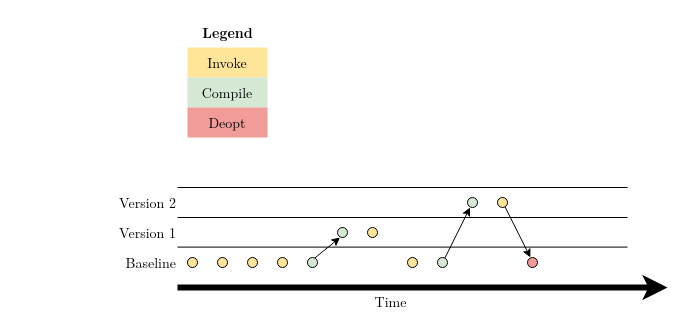
rihafilip/master-thesis keeps this draw.io diagram as page "Recording Tool Intro" (5 of 7) of diagrams/diagrams.drawio. Above is the earlier version. Source tidied: cells renumbered, new cells numbered last; positions are measured from the earlier drawing's top-left corner, leaving out a move shared by most shapes. Both pictures are drawn from the tidied source at 100%, with x=0, y=0 at pixel (97, 17).
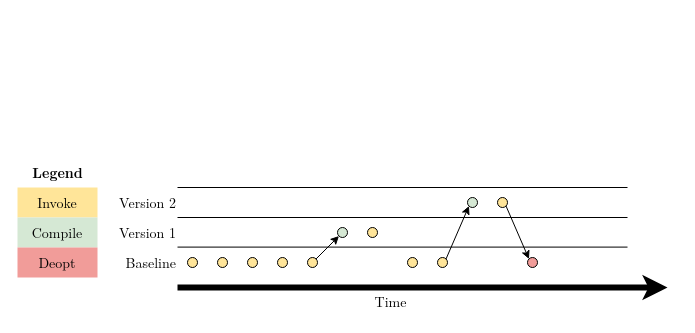
The same diagram, later.

Unchanged cells that the change refers to:
```xml
<mxCell id="12" style="ellipse;whiteSpace=wrap;html=1;align=center;verticalAlign=middle;fontFamily=LM Roman 10;fontSize=14;fontColor=default;fillColor=#D5E8D4;gradientColor=none;" parent="1" vertex="1">
  <mxGeometry x="370" y="180" width="10" height="10" as="geometry" />
</mxCell>
<mxCell id="15" style="ellipse;whiteSpace=wrap;html=1;align=center;verticalAlign=middle;fontFamily=LM Roman 10;fontSize=14;fontColor=default;fillColor=#FFE599;gradientColor=none;" parent="1" vertex="1">
  <mxGeometry x="400" y="180" width="10" height="10" as="geometry" />
</mxCell>
<mxCell id="16" style="ellipse;whiteSpace=wrap;html=1;align=center;verticalAlign=middle;fontFamily=LM Roman 10;fontSize=14;fontColor=default;fillColor=#F19C99;gradientColor=none;" parent="1" vertex="1">
  <mxGeometry x="430" y="240" width="10" height="10" as="geometry" />
</mxCell>
<mxCell id="19" style="ellipse;whiteSpace=wrap;html=1;align=center;verticalAlign=middle;fontFamily=LM Roman 10;fontSize=14;fontColor=default;fillColor=#D5E8D4;gradientColor=none;" parent="1" vertex="1">
  <mxGeometry x="240" y="210" width="10" height="10" as="geometry" />
</mxCell>
```

The edit, as a diff of the source:
```diff
@@
-    <mxCell id="11" style="ellipse;whiteSpace=wrap;html=1;align=center;verticalAlign=middle;fontFamily=LM Roman 10;fontSize=14;fontColor=default;fillColor=#D5E8D4;gradientColor=none;" parent="1" vertex="1">
+    <mxCell id="11" style="ellipse;whiteSpace=wrap;html=1;align=center;verticalAlign=middle;fontFamily=LM Roman 10;fontSize=14;fontColor=default;fillColor=#FFE599;gradientColor=none;" parent="1" vertex="1">
       <mxGeometry x="340" y="240" width="10" height="10" as="geometry" />
     </mxCell>
@@
-    <mxCell id="13" style="endArrow=classic;html=1;rounded=0;fontFamily=LM Roman 10;fontSize=14;fontColor=default;entryX=0.254;entryY=0.998;entryDx=0;entryDy=0;exitX=0.75;exitY=0.036;exitDx=0;exitDy=0;entryPerimeter=0;exitPerimeter=0;" parent="1" edge="1" source="11" target="12">
+    <mxCell id="13" style="endArrow=classic;html=1;rounded=0;fontFamily=LM Roman 10;fontSize=14;fontColor=default;entryX=0;entryY=1;entryDx=0;entryDy=0;exitX=1;exitY=0;exitDx=0;exitDy=0;" parent="1" edge="1" source="11" target="12">
       <mxGeometry relative="1" as="geometry" />
     </mxCell>
@@
-    <mxCell id="17" style="endArrow=classic;html=1;rounded=0;fontFamily=LM Roman 10;fontSize=14;fontColor=default;entryX=0.29;entryY=-0.006;entryDx=0;entryDy=0;exitX=0.752;exitY=0.936;exitDx=0;exitDy=0;exitPerimeter=0;entryPerimeter=0;" parent="1" edge="1" source="15" target="16">
+    <mxCell id="17" style="endArrow=classic;html=1;rounded=0;fontFamily=LM Roman 10;fontSize=14;fontColor=default;entryX=0;entryY=0;entryDx=0;entryDy=0;exitX=1;exitY=1;exitDx=0;exitDy=0;" parent="1" edge="1" source="15" target="16">
       <mxGeometry relative="1" as="geometry" />
     </mxCell>
-    <mxCell id="18" style="ellipse;whiteSpace=wrap;html=1;align=center;verticalAlign=middle;fontFamily=LM Roman 10;fontSize=14;fontColor=default;fillColor=#D5E8D4;gradientColor=none;" parent="1" vertex="1">
+    <mxCell id="18" style="ellipse;whiteSpace=wrap;html=1;align=center;verticalAlign=middle;fontFamily=LM Roman 10;fontSize=14;fontColor=default;fillColor=#FFE599;gradientColor=none;" parent="1" vertex="1">
       <mxGeometry x="210" y="240" width="10" height="10" as="geometry" />
     </mxCell>
@@
-    <mxCell id="20" style="endArrow=classic;html=1;rounded=0;fontFamily=LM Roman 10;fontSize=14;fontColor=default;entryX=0.254;entryY=0.998;entryDx=0;entryDy=0;exitX=0.75;exitY=0.036;exitDx=0;exitDy=0;entryPerimeter=0;exitPerimeter=0;" parent="1" edge="1" source="18" target="19">
+    <mxCell id="20" style="endArrow=classic;html=1;rounded=0;fontFamily=LM Roman 10;fontSize=14;fontColor=default;entryX=0;entryY=1;entryDx=0;entryDy=0;exitX=1;exitY=0;exitDx=0;exitDy=0;" parent="1" edge="1" source="18" target="19">
       <mxGeometry relative="1" as="geometry" />
     </mxCell>
@@
     <mxCell id="25" value="Invoke" style="rounded=0;whiteSpace=wrap;html=1;align=center;verticalAlign=middle;fontFamily=LM Roman 10;fontSize=14;fontColor=default;fillColor=#FFE599;gradientColor=none;strokeColor=none;" parent="1" vertex="1">
-      <mxGeometry x="90" y="30" width="80" height="30" as="geometry" />
+      <mxGeometry x="-80" y="170" width="80" height="30" as="geometry" />
     </mxCell>
     <mxCell id="26" value="Compile" style="rounded=0;whiteSpace=wrap;html=1;align=center;verticalAlign=middle;fontFamily=LM Roman 10;fontSize=14;fontColor=default;fillColor=#D5E8D4;gradientColor=none;strokeColor=none;" parent="1" vertex="1">
-      <mxGeometry x="90" y="60" width="80" height="30" as="geometry" />
+      <mxGeometry x="-80" y="200" width="80" height="30" as="geometry" />
     </mxCell>
     <mxCell id="27" value="Deopt" style="rounded=0;whiteSpace=wrap;html=1;align=center;verticalAlign=middle;fontFamily=LM Roman 10;fontSize=14;fontColor=default;fillColor=#F19C99;gradientColor=none;strokeColor=none;" parent="1" vertex="1">
-      <mxGeometry x="90" y="90" width="80" height="30" as="geometry" />
+      <mxGeometry x="-80" y="230" width="80" height="30" as="geometry" />
     </mxCell>
     <mxCell id="28" value="Legend" style="text;html=1;align=center;verticalAlign=middle;strokeColor=none;fillColor=none;fontFamily=LM Roman 10;fontSize=14;fontStyle=1;" parent="1" vertex="1">
-      <mxGeometry x="95" width="70" height="30" as="geometry" />
+      <mxGeometry x="-75" y="140" width="70" height="30" as="geometry" />
     </mxCell>
```
